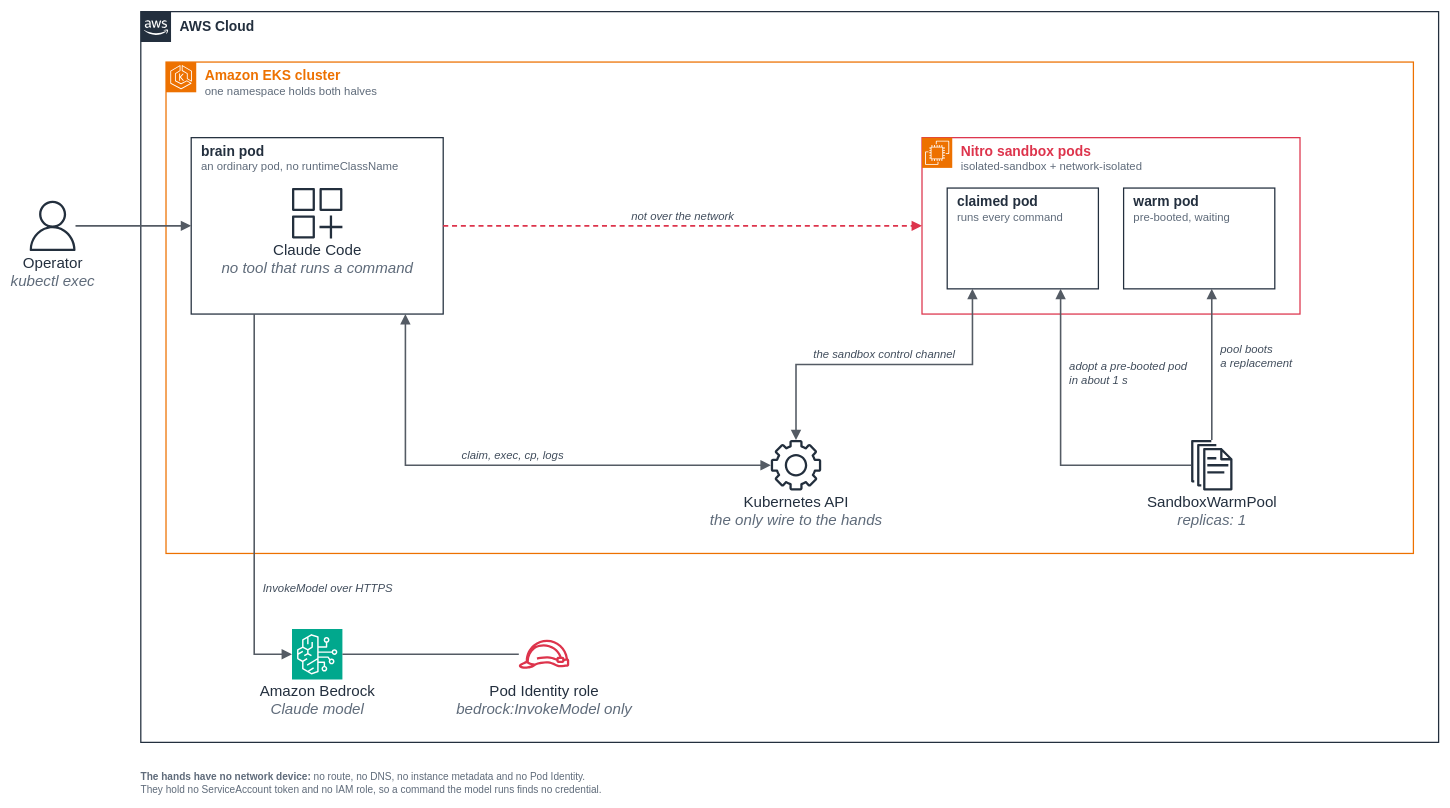
Earlier version of the draw.io diagram examples/agent-sandbox/brain-and-hands/images/figure-1-brain-and-hands.drawio (aws-samples/sample-eks-nitro-sandbox). Source tidied: cells renumbered, new cells numbered last; positions are measured from the earlier drawing's top-left corner, leaving out a move shared by most shapes. Both pictures are drawn from the tidied source at 63%, with x=0, y=0 at pixel (27, 11).
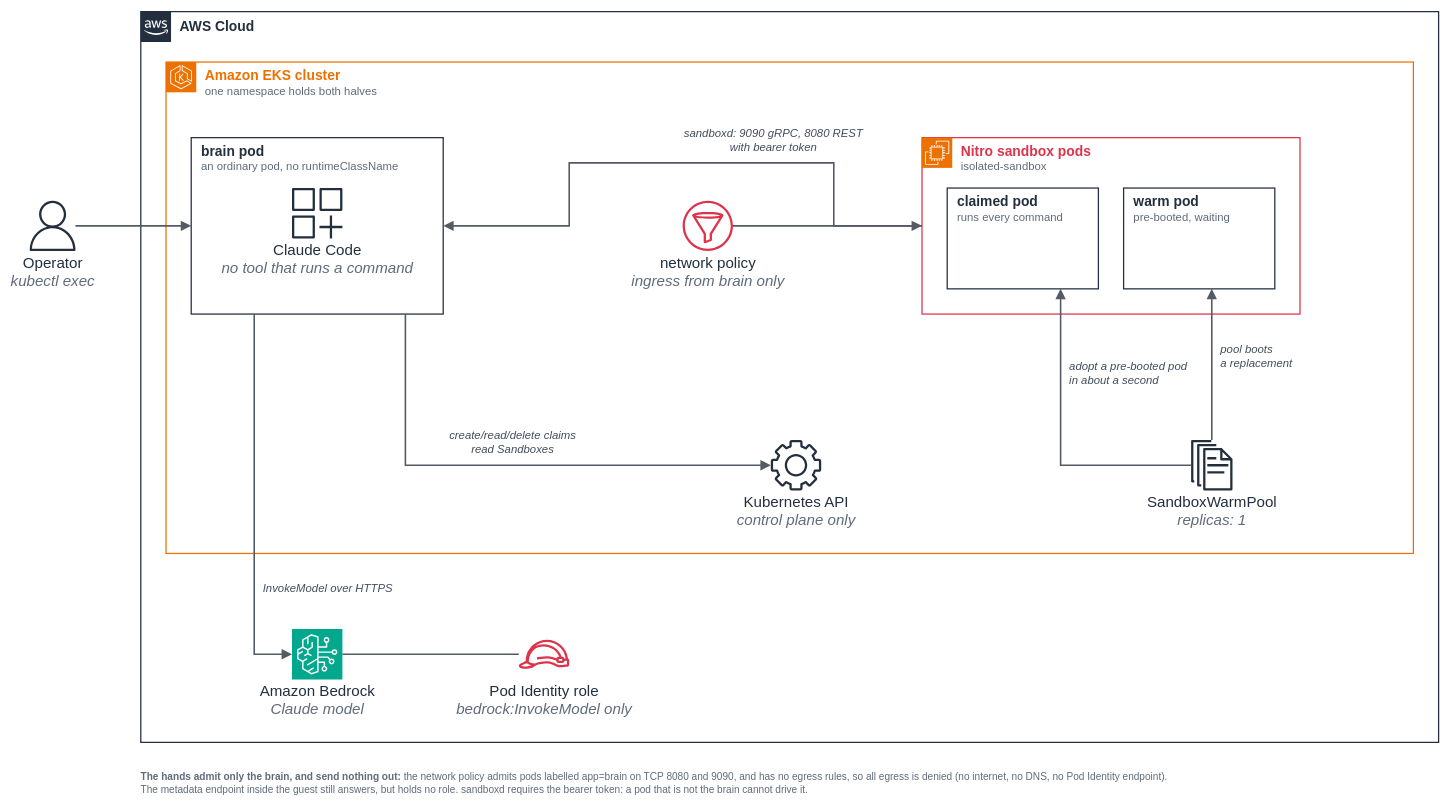
The same diagram, later.

Commit message (it also covers changes not shown here):
brain-and-hands: redraw figures 1 and 2 for the sandboxd wire

The change refers to these unchanged cells:
```xml
<mxCell id="6" value="&lt;div style=&quot;font-size:22px;line-height:26.40px&quot;&gt;brain pod&lt;/div&gt;&lt;div style=&quot;font-size:18px;line-height:22px&quot;&gt;&lt;span style=&quot;font-weight:normal&quot;&gt;&lt;span style=&quot;color:#5F6B7A&quot;&gt;an ordinary pod, no runtimeClassName&lt;/span&gt;&lt;/span&gt;&lt;/div&gt;" style="rounded=0;html=1;whiteSpace=nowrap;strokeColor=#232F3E;fillColor=none;strokeWidth=2;dashed=0;verticalAlign=top;align=left;spacing=0;spacingLeft=16;spacingTop=4;fontSize=14;fontStyle=1;fontColor=#232F3E;fontFamily=Arial,Helvetica,sans-serif;" parent="1" vertex="1">
  <mxGeometry x="260" y="200" width="400" height="280" as="geometry" />
</mxCell>
<mxCell id="10" value="&lt;div style=&quot;font-size:22px;line-height:26.40px&quot;&gt;claimed pod&lt;/div&gt;&lt;div style=&quot;font-size:18px;line-height:22px&quot;&gt;&lt;span style=&quot;font-weight:normal&quot;&gt;&lt;span style=&quot;color:#5F6B7A&quot;&gt;runs every command&lt;/span&gt;&lt;/span&gt;&lt;/div&gt;" style="rounded=0;html=1;whiteSpace=nowrap;strokeColor=#232F3E;fillColor=none;strokeWidth=2;dashed=0;verticalAlign=top;align=left;spacing=0;spacingLeft=16;spacingTop=4;fontSize=14;fontStyle=1;fontColor=#232F3E;fontFamily=Arial,Helvetica,sans-serif;" parent="1" vertex="1">
  <mxGeometry x="1460" y="280" width="240" height="160" as="geometry" />
</mxCell>
<mxCell id="13" value="&lt;div style=&quot;line-height:28.80px&quot;&gt;SandboxWarmPool&lt;/div&gt;&lt;div style=&quot;line-height:27.20px&quot;&gt;&lt;i&gt;&lt;span style=&quot;color:#5F6B7A&quot;&gt;replicas: 1&lt;/span&gt;&lt;/i&gt;&lt;/div&gt;" style="sketch=0;outlineConnect=0;gradientColor=none;fillColor=#232F3D;strokeColor=none;dashed=0;verticalLabelPosition=bottom;verticalAlign=top;align=center;html=1;shape=mxgraph.aws4.documents;spacing=0;fontSize=24;fontColor=#232F3E;fontStyle=0;fontFamily=Arial,Helvetica,sans-serif;" parent="1" vertex="1">
  <mxGeometry x="1840" y="680" width="80" height="80" as="geometry" />
</mxCell>
```

What changed in the source:
```diff
@@
-    <mxCell id="8" value="&lt;div style=&quot;font-size:22px;line-height:26.40px&quot;&gt;Nitro sandbox pods&lt;/div&gt;&lt;div style=&quot;font-size:18px;line-height:22px&quot;&gt;&lt;span style=&quot;font-weight:normal&quot;&gt;&lt;span style=&quot;color:#5F6B7A&quot;&gt;isolated-sandbox + network-isolated&lt;/span&gt;&lt;/span&gt;&lt;/div&gt;" style="rounded=0;html=1;whiteSpace=nowrap;strokeColor=#DD344C;fillColor=none;strokeWidth=2;dashed=0;verticalAlign=top;align=left;spacing=0;spacingLeft=62;spacingTop=4;fontSize=14;fontStyle=1;fontColor=#DD344C;fontFamily=Arial,Helvetica,sans-serif;" parent="1" vertex="1">
+    <mxCell id="8" value="&lt;div style=&quot;font-size:22px;line-height:26.40px&quot;&gt;Nitro sandbox pods&lt;/div&gt;&lt;div style=&quot;font-size:18px;line-height:22px&quot;&gt;&lt;span style=&quot;font-weight:normal&quot;&gt;&lt;span style=&quot;color:#5F6B7A&quot;&gt;isolated-sandbox&lt;/span&gt;&lt;/span&gt;&lt;/div&gt;" style="rounded=0;html=1;whiteSpace=nowrap;strokeColor=#DD344C;fillColor=none;strokeWidth=2;dashed=0;verticalAlign=top;align=left;spacing=0;spacingLeft=62;spacingTop=4;fontSize=14;fontStyle=1;fontColor=#DD344C;fontFamily=Arial,Helvetica,sans-serif;" parent="1" vertex="1">
       <mxGeometry x="1420" y="200" width="600" height="280" as="geometry" />
     </mxCell>
@@
+    <mxCell id="25" value="&lt;div style=&quot;line-height:28.80px&quot;&gt;network policy&lt;/div&gt;&lt;div style=&quot;line-height:27.20px&quot;&gt;&lt;i&gt;&lt;span style=&quot;color:#5F6B7A&quot;&gt;ingress from brain only&lt;/span&gt;&lt;/i&gt;&lt;/div&gt;" style="sketch=0;outlineConnect=0;gradientColor=none;fillColor=#DD344C;strokeColor=none;dashed=0;verticalLabelPosition=bottom;verticalAlign=top;align=center;html=1;shape=mxgraph.aws4.filtering_rule;spacing=0;fontSize=24;fontColor=#232F3E;fontStyle=0;fontFamily=Arial,Helvetica,sans-serif;" parent="1" vertex="1">
+      <mxGeometry x="1040" y="300" width="80" height="80" as="geometry" />
+    </mxCell>
-    <mxCell id="12" value="&lt;div style=&quot;line-height:28.80px&quot;&gt;Kubernetes API&lt;/div&gt;&lt;div style=&quot;line-height:27.20px&quot;&gt;&lt;i&gt;&lt;span style=&quot;color:#5F6B7A&quot;&gt;the only wire to the hands&lt;/span&gt;&lt;/i&gt;&lt;/div&gt;" style="sketch=0;outlineConnect=0;gradientColor=none;fillColor=#232F3D;strokeColor=none;dashed=0;verticalLabelPosition=bottom;verticalAlign=top;align=center;html=1;shape=mxgraph.aws4.gear;spacing=0;fontSize=24;fontColor=#232F3E;fontStyle=0;fontFamily=Arial,Helvetica,sans-serif;" parent="1" vertex="1">
+    <mxCell id="12" value="&lt;div style=&quot;line-height:28.80px&quot;&gt;Kubernetes API&lt;/div&gt;&lt;div style=&quot;line-height:27.20px&quot;&gt;&lt;i&gt;&lt;span style=&quot;color:#5F6B7A&quot;&gt;control plane only&lt;/span&gt;&lt;/i&gt;&lt;/div&gt;" style="sketch=0;outlineConnect=0;gradientColor=none;fillColor=#232F3D;strokeColor=none;dashed=0;verticalLabelPosition=bottom;verticalAlign=top;align=center;html=1;shape=mxgraph.aws4.gear;spacing=0;fontSize=24;fontColor=#232F3E;fontStyle=0;fontFamily=Arial,Helvetica,sans-serif;" parent="1" vertex="1">
       <mxGeometry x="1180" y="680" width="80" height="80" as="geometry" />
     </mxCell>
@@
-    <mxCell id="17" value="not over the network" style="edgeStyle=orthogonalEdgeStyle;rounded=0;html=1;strokeColor=#DD344C;strokeWidth=2.5;dashed=1;dashPattern=8 6;fixDash=1;endArrow=block;endFill=1;endSize=10;startArrow=none;exitX=1;exitY=0.5;exitDx=0;exitDy=0;entryX=0;entryY=0.5;entryDx=0;entryDy=0;fontSize=18;fontStyle=2;fontColor=#414D5C;fontFamily=Arial,Helvetica,sans-serif;labelBackgroundColor=none;" parent="1" edge="1" source="6" target="8">
-      <mxGeometry relative="1" as="geometry">
-        <mxPoint y="-15" as="offset" />
-      </mxGeometry>
-    </mxCell>
@@
+    <mxCell id="17" value="sandboxd: 9090 gRPC, 8080 REST&lt;br&gt;with bearer token" style="edgeStyle=orthogonalEdgeStyle;rounded=0;html=1;strokeColor=#545B64;strokeWidth=2.5;dashed=0;endArrow=block;endFill=1;endSize=10;startArrow=block;startFill=1;startSize=10;exitX=1;exitY=0.5;exitDx=0;exitDy=0;entryX=0;entryY=0.5;entryDx=0;entryDy=0;fontSize=18;fontStyle=2;fontColor=#414D5C;fontFamily=Arial,Helvetica,sans-serif;labelBackgroundColor=none;" parent="1" edge="1" source="6" target="8">
+      <mxGeometry x="0.3" relative="1" as="geometry">
+        <Array as="points">
+          <mxPoint x="860" y="340" />
+          <mxPoint x="860" y="240" />
+          <mxPoint x="1280" y="240" />
+          <mxPoint x="1280" y="340" />
+        </Array>
+        <mxPoint y="-36" as="offset" />
+      </mxGeometry>
+    </mxCell>
+    <mxCell id="26" style="edgeStyle=orthogonalEdgeStyle;rounded=0;html=1;strokeColor=#545B64;strokeWidth=2.5;dashed=0;endArrow=none;startArrow=none;exitX=1;exitY=0.5;exitDx=0;exitDy=0;entryX=0;entryY=0.5;entryDx=0;entryDy=0;" parent="1" edge="1" source="25" target="8">
+      <mxGeometry relative="1" as="geometry" />
+    </mxCell>
-    <mxCell id="20" value="claim, exec, cp, logs" style="edgeStyle=orthogonalEdgeStyle;rounded=0;html=1;strokeColor=#545B64;strokeWidth=2.5;dashed=0;endArrow=block;endFill=1;endSize=10;startArrow=block;startFill=1;startSize=10;exitX=0.85;exitY=1;exitDx=0;exitDy=0;entryX=0;entryY=0.5;entryDx=0;entryDy=0;fontSize=18;fontStyle=2;fontColor=#414D5C;fontFamily=Arial,Helvetica,sans-serif;labelBackgroundColor=none;" parent="1" edge="1" source="6" target="12">
+    <mxCell id="20" value="create/read/delete claims&lt;br&gt;read Sandboxes" style="edgeStyle=orthogonalEdgeStyle;rounded=0;html=1;strokeColor=#545B64;strokeWidth=2.5;dashed=0;endArrow=block;endFill=1;endSize=10;startArrow=none;exitX=0.85;exitY=1;exitDx=0;exitDy=0;entryX=0;entryY=0.5;entryDx=0;entryDy=0;fontSize=18;fontStyle=2;fontColor=#414D5C;fontFamily=Arial,Helvetica,sans-serif;labelBackgroundColor=none;" parent="1" edge="1" source="6" target="12">
       <mxGeometry relative="1" as="geometry">
         <Array as="points">
           <mxPoint x="600" y="720" />
         </Array>
-        <mxPoint y="-15" as="offset" />
+        <mxPoint y="-36" as="offset" />
       </mxGeometry>
     </mxCell>
-    <mxCell id="21" value="the sandbox control channel" style="edgeStyle=orthogonalEdgeStyle;rounded=0;html=1;strokeColor=#545B64;strokeWidth=2.5;dashed=0;endArrow=block;endFill=1;endSize=10;startArrow=block;startFill=1;startSize=10;exitX=0.5;exitY=0;exitDx=0;exitDy=0;entryX=0.167;entryY=1;entryDx=0;entryDy=0;fontSize=18;fontStyle=2;fontColor=#414D5C;fontFamily=Arial,Helvetica,sans-serif;labelBackgroundColor=none;" parent="1" edge="1" source="12" target="10">
-      <mxGeometry relative="1" as="geometry">
-        <Array as="points">
-          <mxPoint x="1220" y="560" />
-          <mxPoint x="1500" y="560" />
-        </Array>
-        <mxPoint y="-15" as="offset" />
-      </mxGeometry>
-    </mxCell>
-    <mxCell id="22" value="adopt a pre-booted pod&lt;br&gt;in about 1 s" style="edgeStyle=orthogonalEdgeStyle;rounded=0;html=1;strokeColor=#545B64;strokeWidth=2.5;dashed=0;endArrow=block;endFill=1;endSize=10;startArrow=none;exitX=0;exitY=0.5;exitDx=0;exitDy=0;entryX=0.75;entryY=1;entryDx=0;entryDy=0;fontSize=18;fontStyle=2;fontColor=#414D5C;fontFamily=Arial,Helvetica,sans-serif;labelBackgroundColor=none;align=left;verticalAlign=middle;" parent="1" edge="1" source="13" target="10">
+    <mxCell id="22" value="adopt a pre-booted pod&lt;br&gt;in about a second" style="edgeStyle=orthogonalEdgeStyle;rounded=0;html=1;strokeColor=#545B64;strokeWidth=2.5;dashed=0;endArrow=block;endFill=1;endSize=10;startArrow=none;exitX=0;exitY=0.5;exitDx=0;exitDy=0;entryX=0.75;entryY=1;entryDx=0;entryDy=0;fontSize=18;fontStyle=2;fontColor=#414D5C;fontFamily=Arial,Helvetica,sans-serif;labelBackgroundColor=none;align=left;verticalAlign=middle;" parent="1" edge="1" source="13" target="10">
       <mxGeometry x="0.45" relative="1" as="geometry">
         <Array as="points">
           <mxPoint x="1640" y="720" />
         </Array>
         <mxPoint x="12" as="offset" />
       </mxGeometry>
     </mxCell>
@@
-    <mxCell id="24" value="&lt;div style=&quot;line-height:20px&quot;&gt;&lt;b&gt;The hands have no network device:&lt;/b&gt; no route, no DNS, no instance metadata and no Pod Identity.&lt;/div&gt;&lt;div style=&quot;line-height:20px&quot;&gt;They hold no ServiceAccount token and no IAM role, so a command the model runs finds no credential.&lt;/div&gt;" style="text;html=1;whiteSpace=nowrap;strokeColor=none;fillColor=none;align=left;verticalAlign=top;spacing=0;fontSize=16;fontColor=#5F6B7A;fontFamily=Arial,Helvetica,sans-serif;" parent="1" vertex="1">
-      <mxGeometry x="180" y="1200" width="1000" height="48" as="geometry" />
+    <mxCell id="24" value="&lt;div style=&quot;line-height:20px&quot;&gt;&lt;b&gt;The hands admit only the brain, and send nothing out:&lt;/b&gt; the network policy admits pods labelled app=brain on TCP 8080 and 9090, and has no egress rules, so all egress is denied (no internet, no DNS, no Pod Identity endpoint).&lt;/div&gt;&lt;div style=&quot;line-height:20px&quot;&gt;The metadata endpoint inside the guest still answers, but holds no role. sandboxd requires the bearer token: a pod that is not the brain cannot drive it.&lt;/div&gt;" style="text;html=1;whiteSpace=nowrap;strokeColor=none;fillColor=none;align=left;verticalAlign=top;spacing=0;fontSize=16;fontColor=#5F6B7A;fontFamily=Arial,Helvetica,sans-serif;" parent="1" vertex="1">
+      <mxGeometry x="180" y="1200" width="1060" height="48" as="geometry" />
     </mxCell>
```
